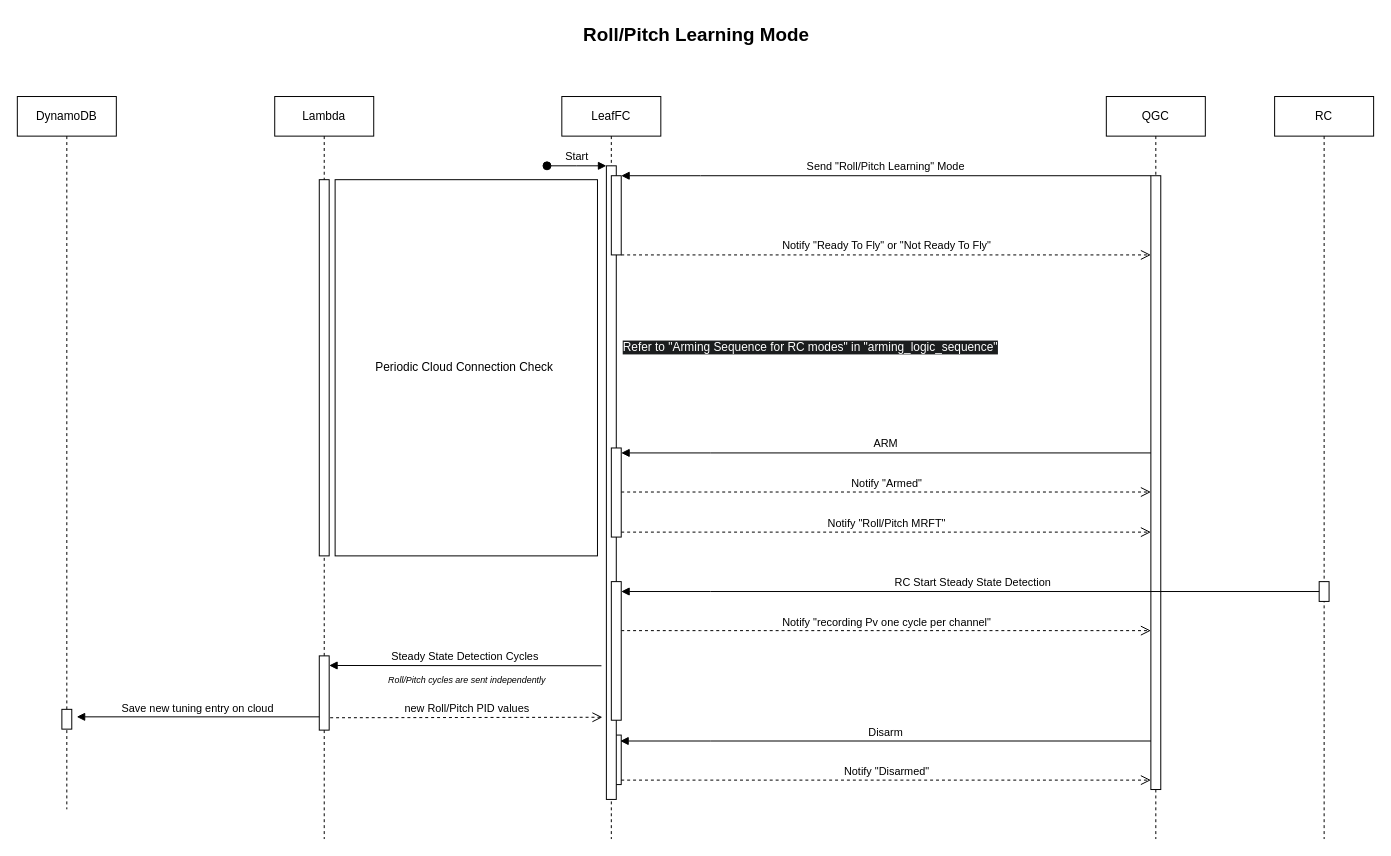
Above: Guide/HEAR Software/Flight Modes/Modes Sequence Diagrams/Roll-Pitch learning mode.drawio in DroneLeaf/HEAR_wiki (draw.io), before the change. Source tidied: cells renumbered, new cells numbered last; positions are measured from the earlier drawing's top-left corner, leaving out a move shared by most shapes. Both pictures are drawn from the tidied source at 99%, with x=0, y=0 at pixel (-43, 17).
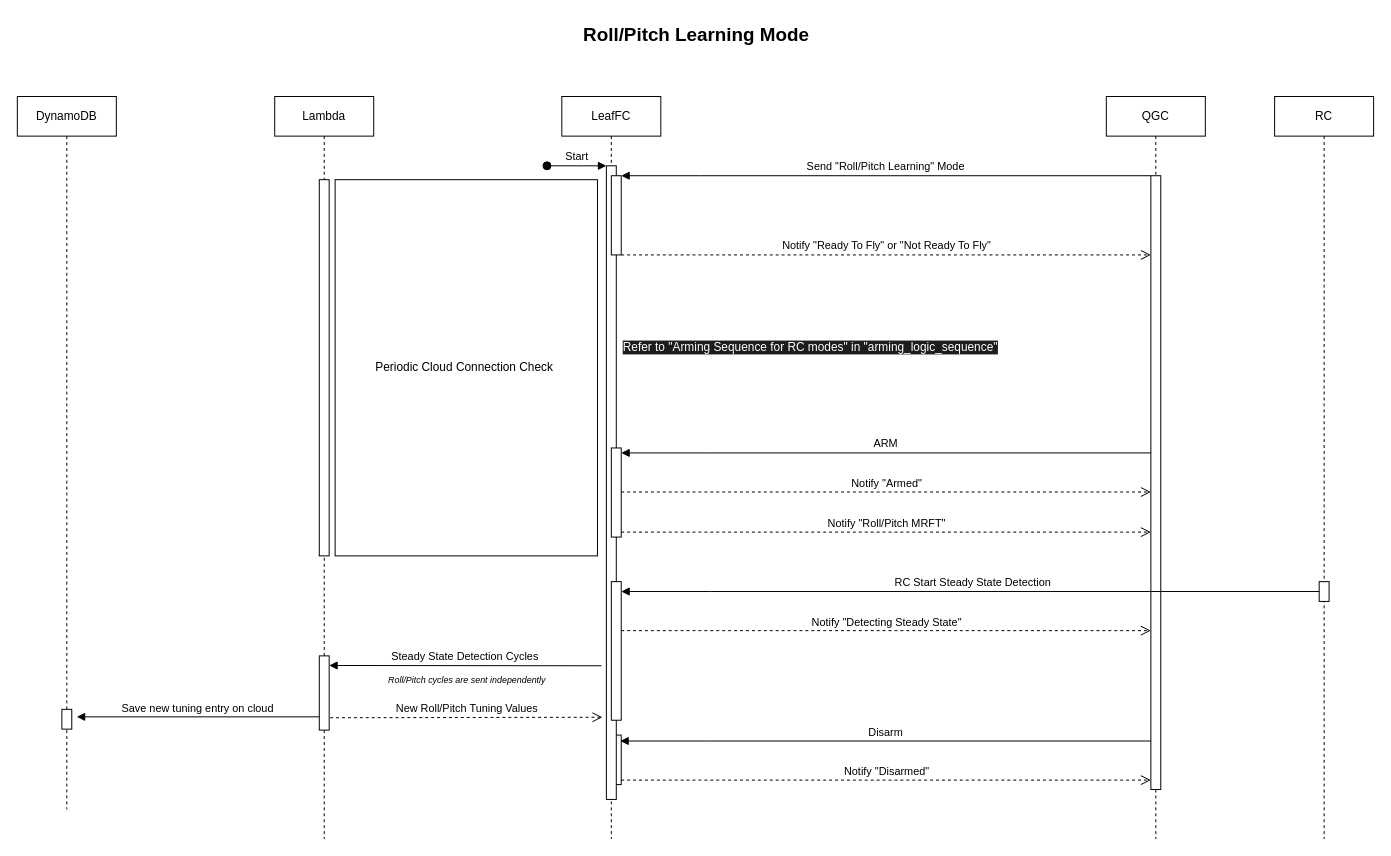
The same page after the edit.

Commit message (it also covers changes not shown here):
Defining  X-Y-Altitude Selective Learning Mode Diagram

- Updated list of flight modes
- removing repetitive descriptions in list of flight modes
- Renamed elements for consistency, changing "FullLearning" to "Selective X-Y-Altitude Learning".

What changed in the source:
```diff
@@
-    <mxCell id="13" value="Notify&amp;nbsp;&quot;recording Pv one cycle per channel&quot;" style="html=1;verticalAlign=bottom;endArrow=open;dashed=1;endSize=8;edgeStyle=elbowEdgeStyle;elbow=vertical;curved=0;rounded=0;" parent="1" edge="1">
+    <mxCell id="13" value="Notify&amp;nbsp;&quot;Detecting Steady State&quot;" style="html=1;verticalAlign=bottom;endArrow=open;dashed=1;endSize=8;edgeStyle=elbowEdgeStyle;elbow=vertical;curved=0;rounded=0;" parent="1" edge="1">
       <mxGeometry relative="1" as="geometry">
         <mxPoint x="670" y="619.5" as="sourcePoint" />
         <mxPoint x="1205" y="619.5" as="targetPoint" />
         <Array as="points">
           <mxPoint x="750" y="619.5" />
         </Array>
       </mxGeometry>
     </mxCell>
@@
-    <mxCell id="23" value="new Roll/Pitch PID values" style="html=1;verticalAlign=bottom;endArrow=open;dashed=1;endSize=8;edgeStyle=elbowEdgeStyle;elbow=vertical;curved=0;rounded=0;" parent="1" edge="1">
+    <mxCell id="23" value="New Roll/Pitch Tuning Values" style="html=1;verticalAlign=bottom;endArrow=open;dashed=1;endSize=8;edgeStyle=elbowEdgeStyle;elbow=vertical;curved=0;rounded=0;" parent="1" edge="1">
       <mxGeometry relative="1" as="geometry">
         <mxPoint x="376" y="707.5" as="sourcePoint" />
         <mxPoint x="651" y="707" as="targetPoint" />
         <Array as="points">
           <mxPoint x="256" y="707" />
         </Array>
       </mxGeometry>
     </mxCell>
```
